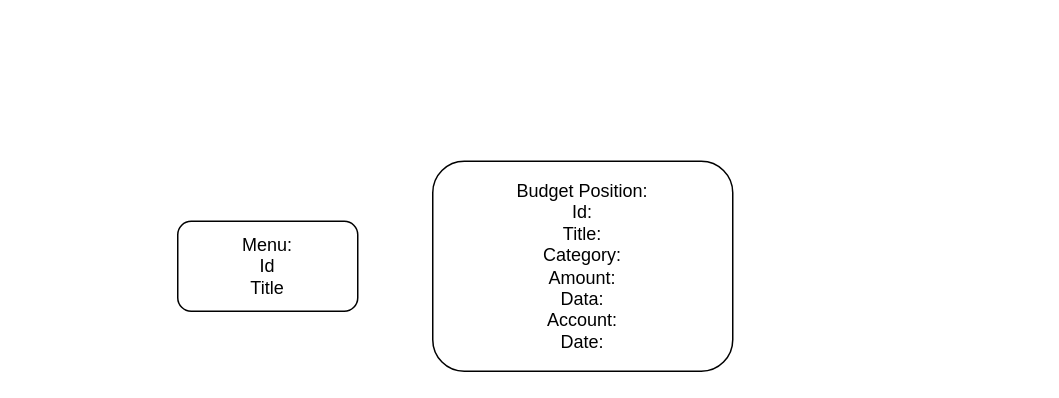
Tomasz98Zukowski/TripBudgetApp keeps this draw.io diagram as Diagram bez tytułu.drawio. Above is the earlier version. Source tidied: cells renumbered, new cells numbered last; positions are measured from the earlier drawing's top-left corner, leaving out a move shared by most shapes. Both pictures are drawn from the tidied source at 150%, with x=0, y=0 at pixel (177, 160).
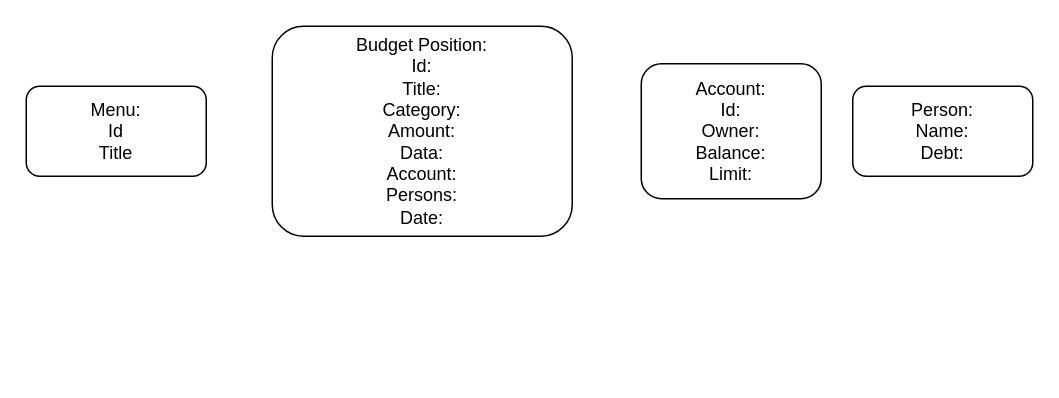
After the change.

Change to the diagram source:
```diff
@@
 <mxGraphModel>
   <root>
     <mxCell id="0" />
     <mxCell id="1" parent="0" />
     <mxCell id="2" value="Menu:&lt;br&gt;Id&lt;br&gt;Title" style="rounded=1;whiteSpace=wrap;html=1;" parent="1" vertex="1">
-      <mxGeometry y="40" width="120" height="60" as="geometry" />
+      <mxGeometry x="-101" y="-50" width="120" height="60" as="geometry" />
     </mxCell>
-    <mxCell id="3" value="Budget Position:&lt;br&gt;Id:&lt;br&gt;Title:&lt;br&gt;Category:&lt;br&gt;Amount:&lt;br&gt;Data:&lt;br&gt;Account:&lt;br&gt;Date:" style="rounded=1;whiteSpace=wrap;html=1;" parent="1" vertex="1">
-      <mxGeometry x="170" width="200" height="140" as="geometry" />
+    <mxCell id="3" value="Budget Position:&lt;br&gt;Id:&lt;br&gt;Title:&lt;br&gt;Category:&lt;br&gt;Amount:&lt;br&gt;Data:&lt;br&gt;Account:&lt;br&gt;Persons:&lt;br&gt;Date:" style="rounded=1;whiteSpace=wrap;html=1;" parent="1" vertex="1">
+      <mxGeometry x="63" y="-90" width="200" height="140" as="geometry" />
     </mxCell>
+    <mxCell id="4" value="Account:&lt;br&gt;Id:&lt;br&gt;Owner:&lt;br&gt;Balance:&lt;br&gt;Limit:" style="rounded=1;whiteSpace=wrap;html=1;" parent="1" vertex="1">
+      <mxGeometry x="309" y="-65" width="120" height="90" as="geometry" />
+    </mxCell>
+    <mxCell id="5" value="Person:&lt;br&gt;Name:&lt;br&gt;Debt:" style="rounded=1;whiteSpace=wrap;html=1;" parent="1" vertex="1">
+      <mxGeometry x="450" y="-50" width="120" height="60" as="geometry" />
+    </mxCell>
   </root>
 </mxGraphModel>
```
